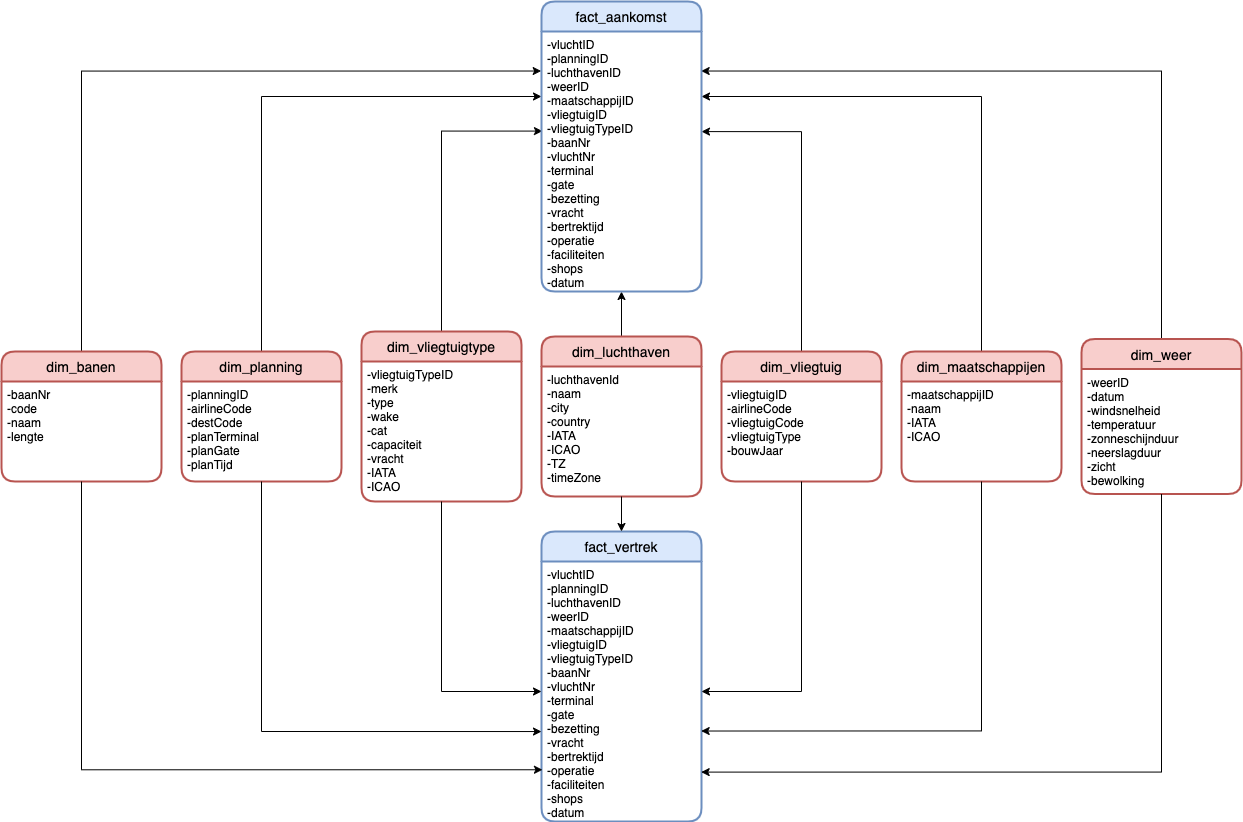
Before: assets/diagrams/STER.png, a diagram exported from draw.io (snenenenenenene/vision-airport). Source tidied: cells renumbered, new cells last; positions are measured from the earlier drawing's top-left corner, leaving out a move shared by most shapes. Its diagram source:
```xml
<mxGraphModel>
  <root>
    <mxCell id="0" />
    <mxCell id="1" parent="0" />
    <mxCell id="2" style="edgeStyle=orthogonalEdgeStyle;rounded=0;jettySize=auto;html=1;exitX=0.5;exitY=0;exitDx=0;exitDy=0;entryX=0;entryY=0.25;entryDx=0;entryDy=0;" parent="1" edge="1" source="3" target="26">
      <mxGeometry relative="1" as="geometry" />
    </mxCell>
    <mxCell id="3" value="dim_planning" style="swimlane;horizontal=1;startSize=30;rounded=1;fontSize=14;fontStyle=0;strokeWidth=2;shadow=0;dashed=0;align=center;fillColor=#f8cecc;strokeColor=#b85450;" parent="1" vertex="1">
      <mxGeometry x="180" y="350" width="160" height="130" as="geometry" />
    </mxCell>
    <mxCell id="4" value="-planningID&#10;-airlineCode&#10;-destCode&#10;-planTerminal&#10;-planGate&#10;-planTijd" style="align=left;strokeColor=none;fillColor=none;spacingLeft=4;fontSize=12;verticalAlign=top;" parent="3" vertex="1">
      <mxGeometry y="30" width="160" height="100" as="geometry" />
    </mxCell>
    <mxCell id="5" style="edgeStyle=orthogonalEdgeStyle;rounded=0;jettySize=auto;html=1;exitX=0.5;exitY=0;exitDx=0;exitDy=0;entryX=-0.002;entryY=0.152;entryDx=0;entryDy=0;entryPerimeter=0;" parent="1" edge="1" source="6" target="26">
      <mxGeometry relative="1" as="geometry" />
    </mxCell>
    <mxCell id="6" value="dim_banen" style="swimlane;horizontal=1;startSize=30;rounded=1;fontSize=14;fontStyle=0;strokeWidth=2;shadow=0;dashed=0;align=center;fillColor=#f8cecc;strokeColor=#b85450;" parent="1" vertex="1">
      <mxGeometry y="350" width="160" height="130" as="geometry" />
    </mxCell>
    <mxCell id="7" value="-baanNr&#10;-code&#10;-naam&#10;-lengte" style="align=left;strokeColor=none;fillColor=none;spacingLeft=4;fontSize=12;verticalAlign=top;" parent="6" vertex="1">
      <mxGeometry y="30" width="160" height="100" as="geometry" />
    </mxCell>
    <mxCell id="8" style="edgeStyle=orthogonalEdgeStyle;rounded=0;jettySize=auto;html=1;exitX=0.5;exitY=0;exitDx=0;exitDy=0;" parent="1" edge="1" source="9" target="26">
      <mxGeometry relative="1" as="geometry" />
    </mxCell>
    <mxCell id="9" value="dim_luchthaven" style="swimlane;horizontal=1;startSize=30;rounded=1;fontSize=14;fontStyle=0;strokeWidth=2;shadow=0;dashed=0;align=center;fillColor=#f8cecc;strokeColor=#b85450;" parent="1" vertex="1">
      <mxGeometry x="540" y="335" width="160" height="160" as="geometry" />
    </mxCell>
    <mxCell id="10" value="-luchthavenId&#10;-naam&#10;-city&#10;-country&#10;-IATA&#10;-ICAO&#10;-TZ&#10;-timeZone" style="align=left;strokeColor=none;fillColor=none;spacingLeft=4;fontSize=12;verticalAlign=top;" parent="9" vertex="1">
      <mxGeometry y="30" width="160" height="130" as="geometry" />
    </mxCell>
    <mxCell id="11" style="edgeStyle=orthogonalEdgeStyle;rounded=0;jettySize=auto;html=1;exitX=0.5;exitY=0;exitDx=0;exitDy=0;entryX=1;entryY=0.385;entryDx=0;entryDy=0;entryPerimeter=0;" parent="1" edge="1" source="12" target="26">
      <mxGeometry relative="1" as="geometry" />
    </mxCell>
    <mxCell id="12" value="dim_vliegtuig" style="swimlane;horizontal=1;startSize=30;rounded=1;fontSize=14;fontStyle=0;strokeWidth=2;shadow=0;dashed=0;align=center;fillColor=#f8cecc;strokeColor=#b85450;" parent="1" vertex="1">
      <mxGeometry x="720" y="350" width="160" height="130" as="geometry" />
    </mxCell>
    <mxCell id="13" value="-vliegtuigID&#10;-airlineCode&#10;-vliegtuigCode&#10;-vliegtuigType&#10;-bouwJaar" style="align=left;strokeColor=none;fillColor=none;spacingLeft=4;fontSize=12;verticalAlign=top;" parent="12" vertex="1">
      <mxGeometry y="30" width="160" height="100" as="geometry" />
    </mxCell>
    <mxCell id="14" style="edgeStyle=orthogonalEdgeStyle;rounded=0;jettySize=auto;html=1;exitX=0.5;exitY=0;exitDx=0;exitDy=0;entryX=0.006;entryY=0.383;entryDx=0;entryDy=0;entryPerimeter=0;" parent="1" edge="1" source="15" target="26">
      <mxGeometry relative="1" as="geometry" />
    </mxCell>
    <mxCell id="15" value="dim_vliegtuigtype" style="swimlane;horizontal=1;startSize=30;rounded=1;fontSize=14;fontStyle=0;strokeWidth=2;shadow=0;dashed=0;align=center;fillColor=#f8cecc;strokeColor=#b85450;" parent="1" vertex="1">
      <mxGeometry x="360" y="330" width="160" height="170" as="geometry" />
    </mxCell>
    <mxCell id="16" value="-vliegtuigTypeID&#10;-merk&#10;-type&#10;-wake&#10;-cat&#10;-capaciteit&#10;-vracht&#10;-IATA&#10;-ICAO" style="align=left;strokeColor=none;fillColor=none;spacingLeft=4;fontSize=12;verticalAlign=top;" parent="15" vertex="1">
      <mxGeometry y="30" width="160" height="140" as="geometry" />
    </mxCell>
    <mxCell id="17" style="edgeStyle=orthogonalEdgeStyle;rounded=0;jettySize=auto;html=1;exitX=0.5;exitY=0;exitDx=0;exitDy=0;entryX=1;entryY=0.25;entryDx=0;entryDy=0;" parent="1" edge="1" source="18" target="26">
      <mxGeometry relative="1" as="geometry" />
    </mxCell>
    <mxCell id="18" value="dim_maatschappijen" style="swimlane;horizontal=1;startSize=30;rounded=1;fontSize=14;fontStyle=0;strokeWidth=2;shadow=0;dashed=0;align=center;fillColor=#f8cecc;strokeColor=#b85450;" parent="1" vertex="1">
      <mxGeometry x="900" y="350" width="160" height="130" as="geometry" />
    </mxCell>
    <mxCell id="19" value="-maatschappijID&#10;-naam&#10;-IATA&#10;-ICAO" style="align=left;strokeColor=none;fillColor=none;spacingLeft=4;fontSize=12;verticalAlign=top;" parent="18" vertex="1">
      <mxGeometry y="30" width="160" height="100" as="geometry" />
    </mxCell>
    <mxCell id="20" style="edgeStyle=orthogonalEdgeStyle;rounded=0;jettySize=auto;html=1;exitX=0.5;exitY=0;exitDx=0;exitDy=0;entryX=0.998;entryY=0.152;entryDx=0;entryDy=0;entryPerimeter=0;" parent="1" edge="1" source="21" target="26">
      <mxGeometry relative="1" as="geometry" />
    </mxCell>
    <mxCell id="21" value="dim_weer" style="swimlane;horizontal=1;startSize=30;rounded=1;fontSize=14;fontStyle=0;strokeWidth=2;shadow=0;dashed=0;align=center;fillColor=#f8cecc;strokeColor=#b85450;" parent="1" vertex="1">
      <mxGeometry x="1080" y="337.5" width="160" height="155" as="geometry" />
    </mxCell>
    <mxCell id="22" value="-weerID&#10;-datum&#10;-windsnelheid&#10;-temperatuur&#10;-zonneschijnduur&#10;-neerslagduur&#10;-zicht&#10;-bewolking" style="align=left;strokeColor=none;fillColor=none;spacingLeft=4;fontSize=12;verticalAlign=top;" parent="21" vertex="1">
      <mxGeometry y="30" width="160" height="125" as="geometry" />
    </mxCell>
    <mxCell id="23" value="fact_vertrek" style="swimlane;horizontal=1;startSize=30;rounded=1;fontSize=14;fontStyle=0;strokeWidth=2;shadow=0;dashed=0;align=center;fillColor=#dae8fc;strokeColor=#6c8ebf;" parent="1" vertex="1">
      <mxGeometry x="540" y="530" width="160" height="290" as="geometry" />
    </mxCell>
    <mxCell id="24" value="-vluchtID&#10;-planningID&#10;-luchthavenID&#10;-weerID&#10;-maatschappijID&#10;-vliegtuigID&#10;-vliegtuigTypeID&#10;-baanNr&#10;-vluchtNr&#10;-terminal&#10;-gate&#10;-bezetting&#10;-vracht&#10;-bertrektijd&#10;-operatie&#10;-faciliteiten&#10;-shops&#10;-datum" style="align=left;strokeColor=none;fillColor=none;spacingLeft=4;fontSize=12;verticalAlign=top;" parent="23" vertex="1">
      <mxGeometry y="30" width="160" height="260" as="geometry" />
    </mxCell>
    <mxCell id="25" value="fact_aankomst" style="swimlane;horizontal=1;startSize=30;rounded=1;fontSize=14;fontStyle=0;strokeWidth=2;shadow=0;dashed=0;align=center;fillColor=#dae8fc;strokeColor=#6c8ebf;" parent="1" vertex="1">
      <mxGeometry x="540" width="160" height="290" as="geometry" />
    </mxCell>
    <mxCell id="26" value="-vluchtID&#10;-planningID&#10;-luchthavenID&#10;-weerID&#10;-maatschappijID&#10;-vliegtuigID&#10;-vliegtuigTypeID&#10;-baanNr&#10;-vluchtNr&#10;-terminal&#10;-gate&#10;-bezetting&#10;-vracht&#10;-bertrektijd&#10;-operatie&#10;-faciliteiten&#10;-shops&#10;-datum" style="align=left;strokeColor=none;fillColor=none;spacingLeft=4;fontSize=12;verticalAlign=top;" parent="25" vertex="1">
      <mxGeometry y="30" width="160" height="260" as="geometry" />
    </mxCell>
    <mxCell id="27" style="edgeStyle=orthogonalEdgeStyle;rounded=0;jettySize=auto;html=1;exitX=0.5;exitY=1;exitDx=0;exitDy=0;entryX=0.5;entryY=0;entryDx=0;entryDy=0;" parent="1" edge="1" source="10" target="23">
      <mxGeometry relative="1" as="geometry" />
    </mxCell>
    <mxCell id="28" style="edgeStyle=orthogonalEdgeStyle;rounded=0;jettySize=auto;html=1;exitX=0.5;exitY=1;exitDx=0;exitDy=0;entryX=0.006;entryY=0.801;entryDx=0;entryDy=0;entryPerimeter=0;" parent="1" edge="1" source="7" target="24">
      <mxGeometry relative="1" as="geometry" />
    </mxCell>
    <mxCell id="29" style="edgeStyle=orthogonalEdgeStyle;rounded=0;jettySize=auto;html=1;exitX=0.5;exitY=1;exitDx=0;exitDy=0;entryX=0.998;entryY=0.81;entryDx=0;entryDy=0;entryPerimeter=0;" parent="1" edge="1" source="22" target="24">
      <mxGeometry relative="1" as="geometry" />
    </mxCell>
    <mxCell id="30" style="edgeStyle=orthogonalEdgeStyle;rounded=0;jettySize=auto;html=1;exitX=0.5;exitY=1;exitDx=0;exitDy=0;entryX=0.998;entryY=0.652;entryDx=0;entryDy=0;entryPerimeter=0;" parent="1" edge="1" source="19" target="24">
      <mxGeometry relative="1" as="geometry" />
    </mxCell>
    <mxCell id="31" style="edgeStyle=orthogonalEdgeStyle;rounded=0;jettySize=auto;html=1;exitX=0.5;exitY=1;exitDx=0;exitDy=0;entryX=0;entryY=0.654;entryDx=0;entryDy=0;entryPerimeter=0;" parent="1" edge="1" source="4" target="24">
      <mxGeometry relative="1" as="geometry" />
    </mxCell>
    <mxCell id="32" style="edgeStyle=orthogonalEdgeStyle;rounded=0;jettySize=auto;html=1;exitX=0.5;exitY=1;exitDx=0;exitDy=0;entryX=0;entryY=0.5;entryDx=0;entryDy=0;" parent="1" edge="1" source="16" target="24">
      <mxGeometry relative="1" as="geometry" />
    </mxCell>
    <mxCell id="33" style="edgeStyle=orthogonalEdgeStyle;rounded=0;jettySize=auto;html=1;exitX=0.5;exitY=1;exitDx=0;exitDy=0;entryX=1;entryY=0.5;entryDx=0;entryDy=0;" parent="1" edge="1" source="13" target="24">
      <mxGeometry relative="1" as="geometry" />
    </mxCell>
  </root>
</mxGraphModel>
```
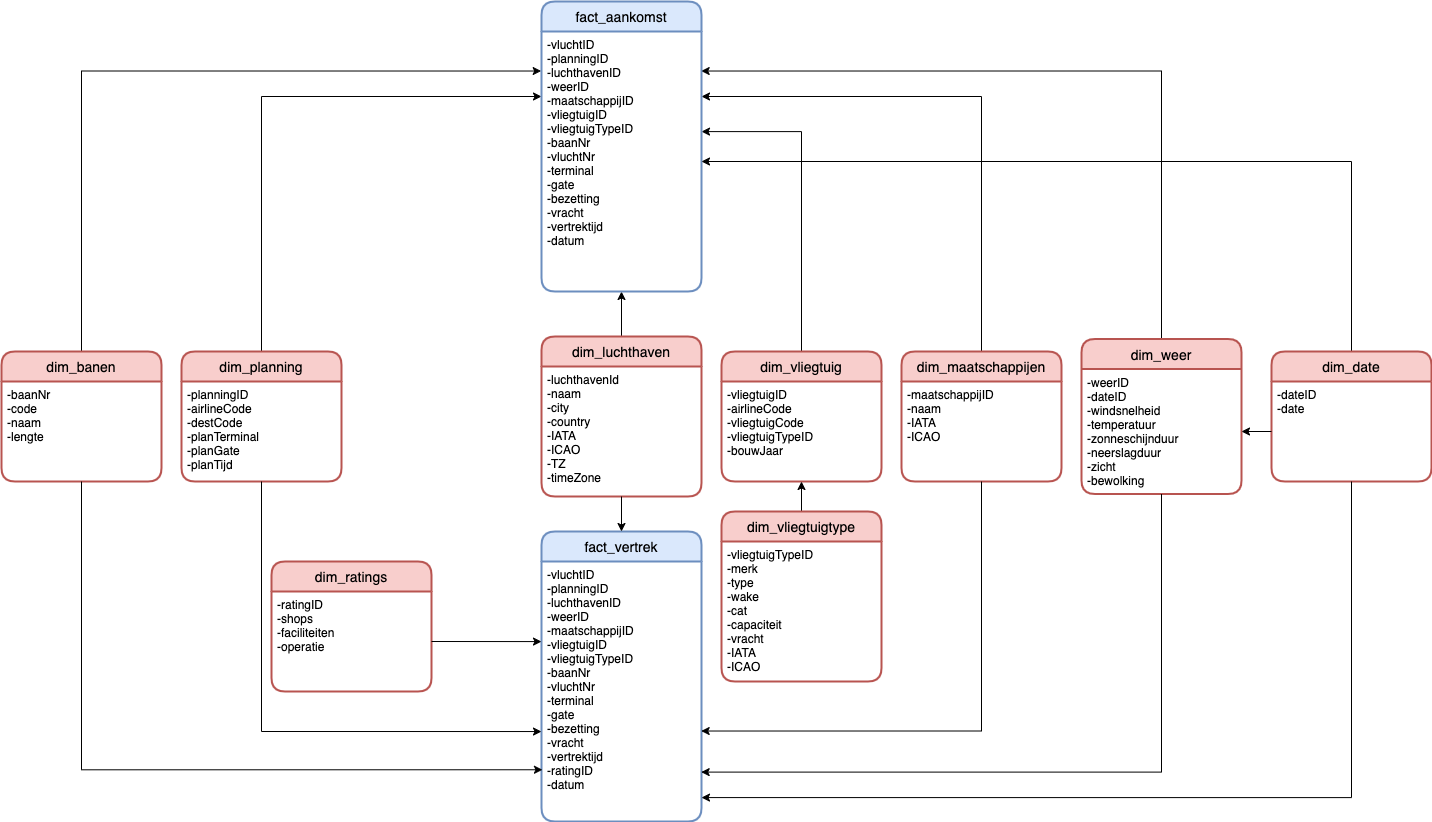
Later version of the same file.

What changed in the source:
```diff
@@ -35,14 +35,14 @@
     <mxCell id="12" value="dim_vliegtuig" style="swimlane;horizontal=1;startSize=30;rounded=1;fontSize=14;fontStyle=0;strokeWidth=2;shadow=0;dashed=0;align=center;fillColor=#f8cecc;strokeColor=#b85450;" parent="1" vertex="1">
       <mxGeometry x="720" y="350" width="160" height="130" as="geometry" />
     </mxCell>
-    <mxCell id="13" value="-vliegtuigID&#10;-airlineCode&#10;-vliegtuigCode&#10;-vliegtuigType&#10;-bouwJaar" style="align=left;strokeColor=none;fillColor=none;spacingLeft=4;fontSize=12;verticalAlign=top;" parent="12" vertex="1">
+    <mxCell id="13" value="-vliegtuigID&#10;-airlineCode&#10;-vliegtuigCode&#10;-vliegtuigTypeID&#10;-bouwJaar" style="align=left;strokeColor=none;fillColor=none;spacingLeft=4;fontSize=12;verticalAlign=top;" parent="12" vertex="1">
       <mxGeometry y="30" width="160" height="100" as="geometry" />
     </mxCell>
-    <mxCell id="14" style="edgeStyle=orthogonalEdgeStyle;rounded=0;jettySize=auto;html=1;exitX=0.5;exitY=0;exitDx=0;exitDy=0;entryX=0.006;entryY=0.383;entryDx=0;entryDy=0;entryPerimeter=0;" parent="1" edge="1" source="15" target="26">
-      <mxGeometry relative="1" as="geometry" />
-    </mxCell>
+    <mxCell id="34" style="edgeStyle=none;html=1;exitX=0.5;exitY=0;exitDx=0;exitDy=0;entryX=0.5;entryY=1;entryDx=0;entryDy=0;" parent="1" edge="1" source="15" target="13">
+      <mxGeometry relative="1" as="geometry" />
+    </mxCell>
     <mxCell id="15" value="dim_vliegtuigtype" style="swimlane;horizontal=1;startSize=30;rounded=1;fontSize=14;fontStyle=0;strokeWidth=2;shadow=0;dashed=0;align=center;fillColor=#f8cecc;strokeColor=#b85450;" parent="1" vertex="1">
-      <mxGeometry x="360" y="330" width="160" height="170" as="geometry" />
+      <mxGeometry x="720" y="510" width="160" height="170" as="geometry" />
     </mxCell>
     <mxCell id="16" value="-vliegtuigTypeID&#10;-merk&#10;-type&#10;-wake&#10;-cat&#10;-capaciteit&#10;-vracht&#10;-IATA&#10;-ICAO" style="align=left;strokeColor=none;fillColor=none;spacingLeft=4;fontSize=12;verticalAlign=top;" parent="15" vertex="1">
       <mxGeometry y="30" width="160" height="140" as="geometry" />
@@ -62,19 +62,19 @@
     <mxCell id="21" value="dim_weer" style="swimlane;horizontal=1;startSize=30;rounded=1;fontSize=14;fontStyle=0;strokeWidth=2;shadow=0;dashed=0;align=center;fillColor=#f8cecc;strokeColor=#b85450;" parent="1" vertex="1">
       <mxGeometry x="1080" y="337.5" width="160" height="155" as="geometry" />
     </mxCell>
-    <mxCell id="22" value="-weerID&#10;-datum&#10;-windsnelheid&#10;-temperatuur&#10;-zonneschijnduur&#10;-neerslagduur&#10;-zicht&#10;-bewolking" style="align=left;strokeColor=none;fillColor=none;spacingLeft=4;fontSize=12;verticalAlign=top;" parent="21" vertex="1">
+    <mxCell id="22" value="-weerID&#10;-dateID&#10;-windsnelheid&#10;-temperatuur&#10;-zonneschijnduur&#10;-neerslagduur&#10;-zicht&#10;-bewolking" style="align=left;strokeColor=none;fillColor=none;spacingLeft=4;fontSize=12;verticalAlign=top;" parent="21" vertex="1">
       <mxGeometry y="30" width="160" height="125" as="geometry" />
     </mxCell>
     <mxCell id="23" value="fact_vertrek" style="swimlane;horizontal=1;startSize=30;rounded=1;fontSize=14;fontStyle=0;strokeWidth=2;shadow=0;dashed=0;align=center;fillColor=#dae8fc;strokeColor=#6c8ebf;" parent="1" vertex="1">
       <mxGeometry x="540" y="530" width="160" height="290" as="geometry" />
     </mxCell>
-    <mxCell id="24" value="-vluchtID&#10;-planningID&#10;-luchthavenID&#10;-weerID&#10;-maatschappijID&#10;-vliegtuigID&#10;-vliegtuigTypeID&#10;-baanNr&#10;-vluchtNr&#10;-terminal&#10;-gate&#10;-bezetting&#10;-vracht&#10;-bertrektijd&#10;-operatie&#10;-faciliteiten&#10;-shops&#10;-datum" style="align=left;strokeColor=none;fillColor=none;spacingLeft=4;fontSize=12;verticalAlign=top;" parent="23" vertex="1">
+    <mxCell id="24" value="-vluchtID&#10;-planningID&#10;-luchthavenID&#10;-weerID&#10;-maatschappijID&#10;-vliegtuigID&#10;-vliegtuigTypeID&#10;-baanNr&#10;-vluchtNr&#10;-terminal&#10;-gate&#10;-bezetting&#10;-vracht&#10;-vertrektijd&#10;-ratingID&#10;-datum" style="align=left;strokeColor=none;fillColor=none;spacingLeft=4;fontSize=12;verticalAlign=top;" parent="23" vertex="1">
       <mxGeometry y="30" width="160" height="260" as="geometry" />
     </mxCell>
     <mxCell id="25" value="fact_aankomst" style="swimlane;horizontal=1;startSize=30;rounded=1;fontSize=14;fontStyle=0;strokeWidth=2;shadow=0;dashed=0;align=center;fillColor=#dae8fc;strokeColor=#6c8ebf;" parent="1" vertex="1">
       <mxGeometry x="540" width="160" height="290" as="geometry" />
     </mxCell>
-    <mxCell id="26" value="-vluchtID&#10;-planningID&#10;-luchthavenID&#10;-weerID&#10;-maatschappijID&#10;-vliegtuigID&#10;-vliegtuigTypeID&#10;-baanNr&#10;-vluchtNr&#10;-terminal&#10;-gate&#10;-bezetting&#10;-vracht&#10;-bertrektijd&#10;-operatie&#10;-faciliteiten&#10;-shops&#10;-datum" style="align=left;strokeColor=none;fillColor=none;spacingLeft=4;fontSize=12;verticalAlign=top;" parent="25" vertex="1">
+    <mxCell id="26" value="-vluchtID&#10;-planningID&#10;-luchthavenID&#10;-weerID&#10;-maatschappijID&#10;-vliegtuigID&#10;-vliegtuigTypeID&#10;-baanNr&#10;-vluchtNr&#10;-terminal&#10;-gate&#10;-bezetting&#10;-vracht&#10;-vertrektijd&#10;-datum" style="align=left;strokeColor=none;fillColor=none;spacingLeft=4;fontSize=12;verticalAlign=top;" parent="25" vertex="1">
       <mxGeometry y="30" width="160" height="260" as="geometry" />
     </mxCell>
     <mxCell id="27" style="edgeStyle=orthogonalEdgeStyle;rounded=0;jettySize=auto;html=1;exitX=0.5;exitY=1;exitDx=0;exitDy=0;entryX=0.5;entryY=0;entryDx=0;entryDy=0;" parent="1" edge="1" source="10" target="23">
@@ -92,11 +92,29 @@
     <mxCell id="31" style="edgeStyle=orthogonalEdgeStyle;rounded=0;jettySize=auto;html=1;exitX=0.5;exitY=1;exitDx=0;exitDy=0;entryX=0;entryY=0.654;entryDx=0;entryDy=0;entryPerimeter=0;" parent="1" edge="1" source="4" target="24">
       <mxGeometry relative="1" as="geometry" />
     </mxCell>
-    <mxCell id="32" style="edgeStyle=orthogonalEdgeStyle;rounded=0;jettySize=auto;html=1;exitX=0.5;exitY=1;exitDx=0;exitDy=0;entryX=0;entryY=0.5;entryDx=0;entryDy=0;" parent="1" edge="1" source="16" target="24">
-      <mxGeometry relative="1" as="geometry" />
-    </mxCell>
-    <mxCell id="33" style="edgeStyle=orthogonalEdgeStyle;rounded=0;jettySize=auto;html=1;exitX=0.5;exitY=1;exitDx=0;exitDy=0;entryX=1;entryY=0.5;entryDx=0;entryDy=0;" parent="1" edge="1" source="13" target="24">
-      <mxGeometry relative="1" as="geometry" />
-    </mxCell>
+    <mxCell id="35" style="edgeStyle=orthogonalEdgeStyle;rounded=0;jettySize=auto;html=1;exitX=0.5;exitY=0;exitDx=0;exitDy=0;entryX=1;entryY=0.5;entryDx=0;entryDy=0;" parent="1" edge="1" source="36" target="26">
+      <mxGeometry relative="1" as="geometry" />
+    </mxCell>
+    <mxCell id="36" value="dim_date" style="swimlane;horizontal=1;startSize=30;rounded=1;fontSize=14;fontStyle=0;strokeWidth=2;shadow=0;dashed=0;align=center;fillColor=#f8cecc;strokeColor=#b85450;" parent="1" vertex="1">
+      <mxGeometry x="1270" y="350" width="160" height="130" as="geometry" />
+    </mxCell>
+    <mxCell id="37" value="-dateID&#10;-date" style="align=left;strokeColor=none;fillColor=none;spacingLeft=4;fontSize=12;verticalAlign=top;" parent="36" vertex="1">
+      <mxGeometry y="30" width="160" height="100" as="geometry" />
+    </mxCell>
+    <mxCell id="38" value="dim_ratings" style="swimlane;horizontal=1;startSize=30;rounded=1;fontSize=14;fontStyle=0;strokeWidth=2;shadow=0;dashed=0;align=center;fillColor=#f8cecc;strokeColor=#b85450;" parent="1" vertex="1">
+      <mxGeometry x="270" y="560" width="160" height="130" as="geometry" />
+    </mxCell>
+    <mxCell id="39" value="-ratingID&#10;-shops&#10;-faciliteiten&#10;-operatie" style="align=left;strokeColor=none;fillColor=none;spacingLeft=4;fontSize=12;verticalAlign=top;" parent="38" vertex="1">
+      <mxGeometry y="30" width="160" height="100" as="geometry" />
+    </mxCell>
+    <mxCell id="40" style="edgeStyle=orthogonalEdgeStyle;rounded=0;jettySize=auto;html=1;exitX=0.5;exitY=1;exitDx=0;exitDy=0;entryX=1;entryY=0.908;entryDx=0;entryDy=0;entryPerimeter=0;" parent="1" edge="1" source="37" target="24">
+      <mxGeometry relative="1" as="geometry" />
+    </mxCell>
+    <mxCell id="41" style="edgeStyle=orthogonalEdgeStyle;rounded=0;jettySize=auto;html=1;exitX=0;exitY=0.5;exitDx=0;exitDy=0;entryX=1;entryY=0.5;entryDx=0;entryDy=0;" parent="1" edge="1" source="37" target="22">
+      <mxGeometry relative="1" as="geometry" />
+    </mxCell>
+    <mxCell id="42" style="edgeStyle=none;html=1;exitX=1;exitY=0.5;exitDx=0;exitDy=0;entryX=0;entryY=0.308;entryDx=0;entryDy=0;entryPerimeter=0;" parent="1" edge="1" source="39" target="24">
+      <mxGeometry relative="1" as="geometry" />
+    </mxCell>
   </root>
 </mxGraphModel>
```
